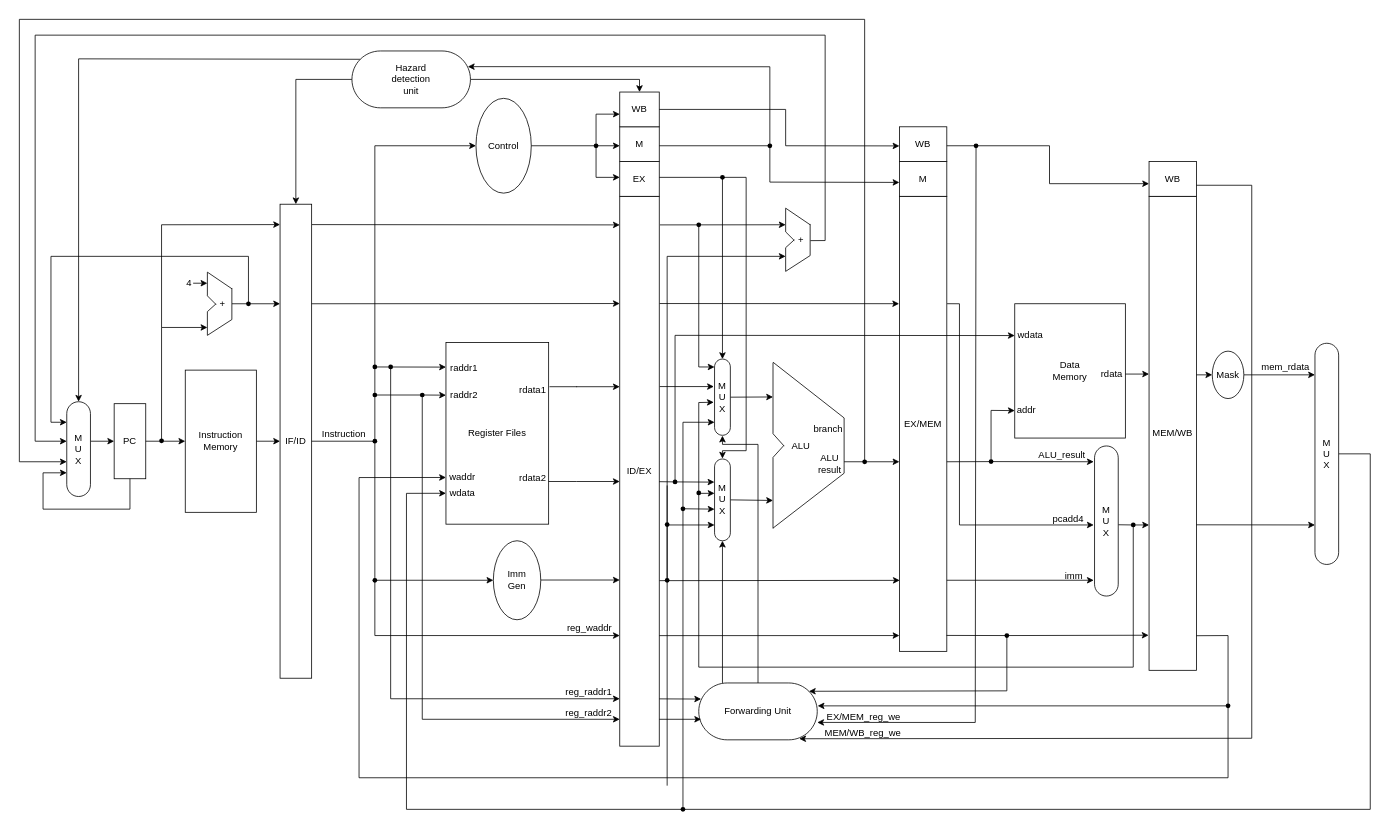
Before: CPU2.0 pipeline.drawio in Briarcresy/2026-IC-contest-JYD, a draw.io diagram. Source tidied: cells renumbered, new cells numbered last; positions are measured from the earlier drawing's top-left corner, leaving out a move shared by most shapes. Both pictures are drawn from the tidied source at 79%, with x=0, y=0 at pixel (19, 19).
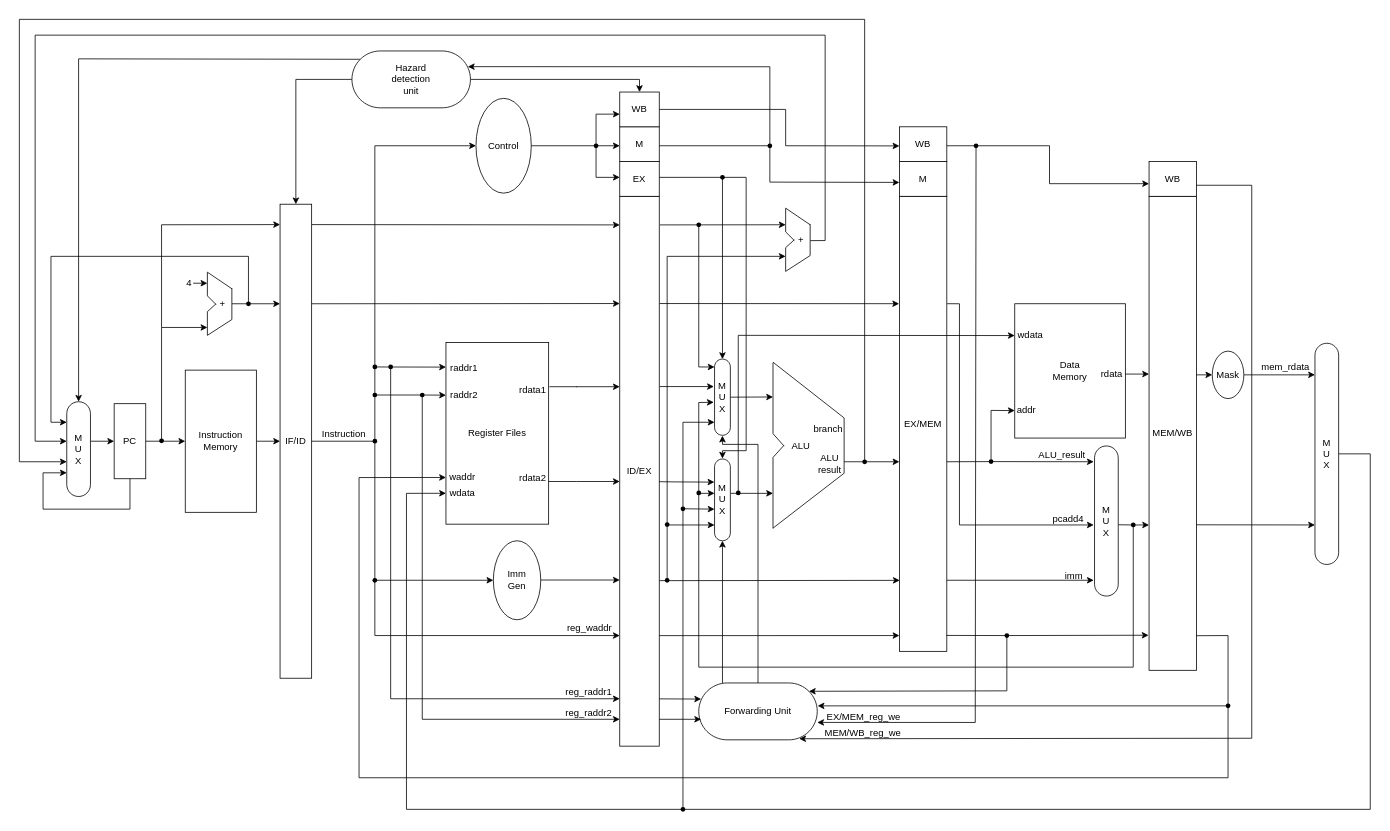
After the change.

Unchanged cells that the change refers to:
```xml
<mxCell id="17" value="ID/EX" style="rounded=0;whiteSpace=wrap;html=1;points=[[0,0,0,0,0],[0,0.25,0,0,0],[0,0.5,0,0,0],[0,0.74,0,0,0],[0,1,0,0,0],[0.25,0,0,0,0],[0.25,1,0,0,0],[0.5,0,0,0,0],[0.5,1,0,0,0],[0.75,0,0,0,0],[0.75,1,0,0,0],[1,0,0,0,0],[1,0.25,0,0,0],[1,0.5,0,0,0],[1,0.75,0,0,0],[1,1,0,0,0]];" parent="1" vertex="1">
  <mxGeometry x="760" y="224" width="50" height="696" as="geometry" />
</mxCell>
<mxCell id="38" value="M&lt;div&gt;U&lt;/div&gt;&lt;div&gt;X&lt;/div&gt;" style="html=1;dashed=0;whiteSpace=wrap;shape=mxgraph.dfd.start;direction=south;" parent="1" vertex="1">
  <mxGeometry x="880" y="556.5" width="20" height="103.5" as="geometry" />
</mxCell>
<mxCell id="186" value="wdata" style="text;strokeColor=none;align=center;fillColor=none;html=1;verticalAlign=middle;whiteSpace=wrap;rounded=0;" parent="1" vertex="1">
  <mxGeometry x="1260" y="385" width="40" height="30.5" as="geometry" />
</mxCell>
```

The edit, as a diff of the source:
```diff
@@
-    <mxCell id="37" style="edgeStyle=none;rounded=0;jettySize=auto;html=1;exitX=0.5;exitY=0.5;exitDx=0;exitDy=-10;exitPerimeter=0;startSize=6;" parent="1" edge="1" source="38">
+    <mxCell id="37" style="edgeStyle=none;rounded=0;jettySize=auto;html=1;startSize=6;exitX=0.42;exitY=-0.022;exitDx=0;exitDy=0;exitPerimeter=0;" parent="1" edge="1" source="38">
       <mxGeometry relative="1" as="geometry">
-        <mxPoint x="954" y="609" as="targetPoint" />
+        <mxPoint x="954" y="600" as="targetPoint" />
       </mxGeometry>
     </mxCell>
@@
-    <mxCell id="129" style="endArrow=classic;html=1;rounded=0;exitDx=0;exitDy=0;exitPerimeter=0;entryX=0.283;entryY=1.01;entryDx=0;entryDy=0;entryPerimeter=0;" parent="1" edge="1" source="190" target="38">
-      <mxGeometry relative="1" as="geometry" />
+    <mxCell id="129" style="endArrow=classic;html=1;rounded=0;exitDx=0;exitDy=0;exitPerimeter=0;entryX=0.283;entryY=1.01;entryDx=0;entryDy=0;entryPerimeter=0;" parent="1" edge="1" target="38">
+      <mxGeometry relative="1" as="geometry">
+        <mxPoint x="830" y="585.5" as="sourcePoint" />
+      </mxGeometry>
     </mxCell>
@@
     <mxCell id="187" style="endArrow=classic;html=1;rounded=0;entryX=0;entryY=0.5;entryDx=0;entryDy=0;targetPerimeterSpacing=0;" parent="1" edge="1" target="186">
       <mxGeometry relative="1" as="geometry">
-        <mxPoint x="830" y="585" as="sourcePoint" />
+        <mxPoint x="910" y="600" as="sourcePoint" />
         <Array as="points">
-          <mxPoint x="830" y="400" />
+          <mxPoint x="910" y="400" />
         </Array>
       </mxGeometry>
     </mxCell>
-    <mxCell id="188" style="endArrow=none;html=1;rounded=0;" parent="1" edge="1">
-      <mxGeometry relative="1" as="geometry">
-        <mxPoint x="820" y="970" as="sourcePoint" />
-        <mxPoint x="820" y="590" as="targetPoint" />
-      </mxGeometry>
-    </mxCell>
-    <mxCell id="189" style="endArrow=none;html=1;rounded=0;exitX=0.998;exitY=0.519;exitDx=0;exitDy=0;exitPerimeter=0;entryDx=0;entryDy=0;entryPerimeter=0;endFill=0;" parent="1" edge="1" source="17" target="190">
-      <mxGeometry relative="1" as="geometry" />
+    <mxCell id="189" style="endArrow=none;html=1;rounded=0;exitX=0.998;exitY=0.519;exitDx=0;exitDy=0;exitPerimeter=0;entryDx=0;entryDy=0;entryPerimeter=0;endFill=0;" parent="1" edge="1" source="17">
+      <mxGeometry relative="1" as="geometry">
+        <mxPoint x="830" y="585.5" as="targetPoint" />
+      </mxGeometry>
     </mxCell>
-    <mxCell id="190" style="shape=waypoint;sketch=0;fillStyle=solid;size=6;points=[];fillColor=none;perimeter=centerPerimeter;snapToPoint=1;" parent="1" vertex="1">
-      <mxGeometry x="820" y="575.5" width="20" height="20" as="geometry" />
-    </mxCell>
@@
+    <mxCell id="194" style="shape=waypoint;sketch=0;fillStyle=solid;size=6;fillColor=none;perimeter=centerPerimeter;" parent="1" vertex="1">
+      <mxGeometry x="900" y="589.5" width="20" height="20" as="geometry" />
+    </mxCell>
```
